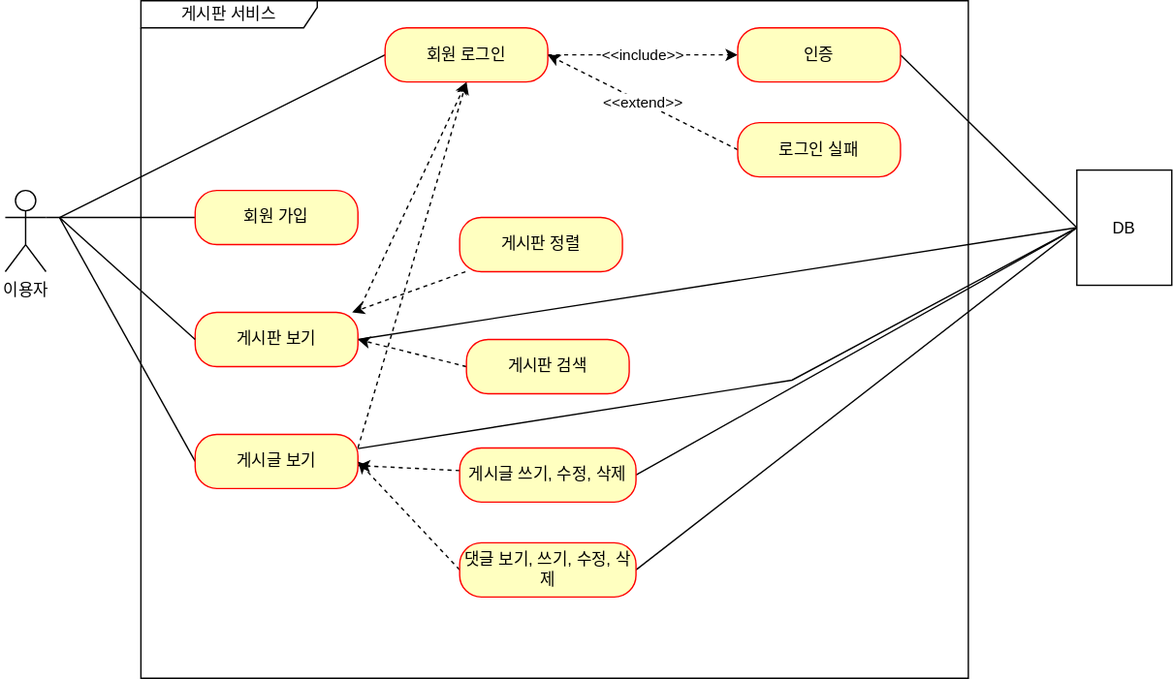
Above: document/use-case.svg in IronKim/fs-project-board (draw.io), before the change. Source tidied: cells renumbered, new cells last; positions are measured from the earlier drawing's top-left corner, leaving out a move shared by most shapes. The source it was exported from:
```xml
<mxGraphModel>
  <root>
    <mxCell id="0" />
    <mxCell id="1" parent="0" />
    <mxCell id="2" value="이용자" style="shape=umlActor;verticalLabelPosition=bottom;verticalAlign=top;html=1;" parent="1" vertex="1">
      <mxGeometry y="140" width="30" height="60" as="geometry" />
    </mxCell>
    <mxCell id="3" value="게시판 서비스" style="shape=umlFrame;whiteSpace=wrap;html=1;width=130;height=20;" parent="1" vertex="1">
      <mxGeometry x="100" width="610" height="500" as="geometry" />
    </mxCell>
    <mxCell id="4" style="rounded=0;jettySize=auto;html=1;exitX=0;exitY=0.5;exitDx=0;exitDy=0;entryX=1;entryY=0.3333333333333333;entryDx=0;entryDy=0;entryPerimeter=0;strokeColor=default;endArrow=none;endFill=0;" parent="1" edge="1" source="5" target="2">
      <mxGeometry relative="1" as="geometry" />
    </mxCell>
    <mxCell id="5" value="회원 가입" style="rounded=1;whiteSpace=wrap;html=1;arcSize=40;fontColor=#000000;fillColor=#ffffc0;strokeColor=#ff0000;" parent="1" vertex="1">
      <mxGeometry x="140" y="140" width="120" height="40" as="geometry" />
    </mxCell>
    <mxCell id="6" style="rounded=0;jettySize=auto;html=1;exitX=1;exitY=0;exitDx=0;exitDy=0;entryX=0.5;entryY=1;entryDx=0;entryDy=0;dashed=1;" parent="1" edge="1" source="8" target="15">
      <mxGeometry relative="1" as="geometry" />
    </mxCell>
    <mxCell id="7" style="rounded=0;jettySize=auto;html=1;exitX=1;exitY=0.5;exitDx=0;exitDy=0;entryX=0;entryY=0.5;entryDx=0;entryDy=0;endArrow=none;endFill=0;" parent="1" edge="1" source="8" target="31">
      <mxGeometry relative="1" as="geometry" />
    </mxCell>
    <mxCell id="8" value="게시판 보기" style="rounded=1;whiteSpace=wrap;html=1;arcSize=40;fontColor=#000000;fillColor=#ffffc0;strokeColor=#ff0000;" parent="1" vertex="1">
      <mxGeometry x="140" y="230" width="120" height="40" as="geometry" />
    </mxCell>
    <mxCell id="9" style="rounded=0;jettySize=auto;html=1;exitX=0;exitY=0.5;exitDx=0;exitDy=0;endArrow=none;endFill=0;" parent="1" edge="1" source="12">
      <mxGeometry relative="1" as="geometry">
        <mxPoint x="40" y="160" as="targetPoint" />
      </mxGeometry>
    </mxCell>
    <mxCell id="10" style="rounded=0;jettySize=auto;html=1;exitX=1;exitY=0.25;exitDx=0;exitDy=0;dashed=1;" parent="1" edge="1" source="12">
      <mxGeometry relative="1" as="geometry">
        <mxPoint x="340" y="60" as="targetPoint" />
      </mxGeometry>
    </mxCell>
    <mxCell id="11" style="rounded=0;jettySize=auto;html=1;endArrow=none;endFill=0;entryX=0;entryY=0.5;entryDx=0;entryDy=0;" parent="1" edge="1" source="12" target="31">
      <mxGeometry relative="1" as="geometry">
        <Array as="points">
          <mxPoint x="580" y="280" />
        </Array>
      </mxGeometry>
    </mxCell>
    <mxCell id="12" value="게시글 보기" style="rounded=1;whiteSpace=wrap;html=1;arcSize=40;fontColor=#000000;fillColor=#ffffc0;strokeColor=#ff0000;" parent="1" vertex="1">
      <mxGeometry x="140" y="320" width="120" height="40" as="geometry" />
    </mxCell>
    <mxCell id="13" style="rounded=0;jettySize=auto;html=1;exitX=0;exitY=0.5;exitDx=0;exitDy=0;endArrow=none;endFill=0;" parent="1" edge="1" source="15">
      <mxGeometry relative="1" as="geometry">
        <mxPoint x="40" y="160" as="targetPoint" />
      </mxGeometry>
    </mxCell>
    <mxCell id="14" value="&amp;lt;&amp;lt;include&amp;gt;&amp;gt;" style="rounded=0;jettySize=auto;html=1;endArrow=classic;endFill=1;dashed=1;" parent="1" edge="1" source="15" target="17">
      <mxGeometry relative="1" as="geometry" />
    </mxCell>
    <mxCell id="15" value="회원 로그인" style="rounded=1;whiteSpace=wrap;html=1;arcSize=40;fontColor=#000000;fillColor=#ffffc0;strokeColor=#ff0000;" parent="1" vertex="1">
      <mxGeometry x="280" y="20" width="120" height="40" as="geometry" />
    </mxCell>
    <mxCell id="16" style="rounded=0;jettySize=auto;html=1;exitX=1;exitY=0.5;exitDx=0;exitDy=0;entryX=0;entryY=0.5;entryDx=0;entryDy=0;endArrow=none;endFill=0;" parent="1" edge="1" source="17" target="31">
      <mxGeometry relative="1" as="geometry" />
    </mxCell>
    <mxCell id="17" value="인증" style="rounded=1;whiteSpace=wrap;html=1;arcSize=40;fontColor=#000000;fillColor=#ffffc0;strokeColor=#ff0000;" parent="1" vertex="1">
      <mxGeometry x="540" y="20" width="120" height="40" as="geometry" />
    </mxCell>
    <mxCell id="18" value="&amp;lt;&amp;lt;extend&amp;gt;&amp;gt;" style="rounded=0;jettySize=auto;html=1;exitX=0;exitY=0.5;exitDx=0;exitDy=0;endArrow=classic;endFill=1;dashed=1;" parent="1" edge="1" source="19">
      <mxGeometry relative="1" as="geometry">
        <mxPoint x="400" y="40" as="targetPoint" />
      </mxGeometry>
    </mxCell>
    <mxCell id="19" value="로그인 실패" style="rounded=1;whiteSpace=wrap;html=1;arcSize=40;fontColor=#000000;fillColor=#ffffc0;strokeColor=#ff0000;" parent="1" vertex="1">
      <mxGeometry x="540" y="90" width="120" height="40" as="geometry" />
    </mxCell>
    <mxCell id="20" style="rounded=0;jettySize=auto;html=1;dashed=1;" parent="1" edge="1" source="21" target="8">
      <mxGeometry relative="1" as="geometry" />
    </mxCell>
    <mxCell id="21" value="게시판 정렬" style="rounded=1;whiteSpace=wrap;html=1;arcSize=40;fontColor=#000000;fillColor=#ffffc0;strokeColor=#ff0000;" parent="1" vertex="1">
      <mxGeometry x="335" y="160" width="120" height="40" as="geometry" />
    </mxCell>
    <mxCell id="22" style="rounded=0;jettySize=auto;html=1;exitX=0;exitY=0.5;exitDx=0;exitDy=0;dashed=1;" parent="1" edge="1" source="23">
      <mxGeometry relative="1" as="geometry">
        <mxPoint x="260" y="250" as="targetPoint" />
      </mxGeometry>
    </mxCell>
    <mxCell id="23" value="게시판 검색" style="rounded=1;whiteSpace=wrap;html=1;arcSize=40;fontColor=#000000;fillColor=#ffffc0;strokeColor=#ff0000;" parent="1" vertex="1">
      <mxGeometry x="340" y="250" width="120" height="40" as="geometry" />
    </mxCell>
    <mxCell id="24" style="rounded=0;jettySize=auto;html=1;dashed=1;" parent="1" edge="1" source="26" target="12">
      <mxGeometry relative="1" as="geometry" />
    </mxCell>
    <mxCell id="25" style="rounded=0;jettySize=auto;html=1;exitX=1;exitY=0.5;exitDx=0;exitDy=0;entryX=0;entryY=0.5;entryDx=0;entryDy=0;endArrow=none;endFill=0;" parent="1" edge="1" source="26" target="31">
      <mxGeometry relative="1" as="geometry" />
    </mxCell>
    <mxCell id="26" value="게시글 쓰기, 수정, 삭제" style="rounded=1;whiteSpace=wrap;html=1;arcSize=40;fontColor=#000000;fillColor=#ffffc0;strokeColor=#ff0000;" parent="1" vertex="1">
      <mxGeometry x="335" y="330" width="130" height="40" as="geometry" />
    </mxCell>
    <mxCell id="27" style="rounded=0;jettySize=auto;html=1;exitX=0;exitY=0.5;exitDx=0;exitDy=0;dashed=1;" parent="1" edge="1" source="29">
      <mxGeometry relative="1" as="geometry">
        <mxPoint x="260" y="340" as="targetPoint" />
      </mxGeometry>
    </mxCell>
    <mxCell id="28" style="rounded=0;jettySize=auto;html=1;exitX=1;exitY=0.5;exitDx=0;exitDy=0;endArrow=none;endFill=0;entryX=0;entryY=0.5;entryDx=0;entryDy=0;" parent="1" edge="1" source="29" target="31">
      <mxGeometry relative="1" as="geometry" />
    </mxCell>
    <mxCell id="29" value="댓글 보기, 쓰기, 수정, 삭제" style="rounded=1;whiteSpace=wrap;html=1;arcSize=40;fontColor=#000000;fillColor=#ffffc0;strokeColor=#ff0000;" parent="1" vertex="1">
      <mxGeometry x="335" y="400" width="130" height="40" as="geometry" />
    </mxCell>
    <mxCell id="30" style="rounded=0;jettySize=auto;html=1;exitX=0;exitY=0.5;exitDx=0;exitDy=0;endArrow=none;endFill=0;" parent="1" edge="1" source="8">
      <mxGeometry relative="1" as="geometry">
        <mxPoint x="40" y="160" as="targetPoint" />
      </mxGeometry>
    </mxCell>
    <mxCell id="31" value="DB" style="html=1;whiteSpace=wrap;" parent="1" vertex="1">
      <mxGeometry x="790" y="125" width="70" height="85" as="geometry" />
    </mxCell>
  </root>
</mxGraphModel>
```
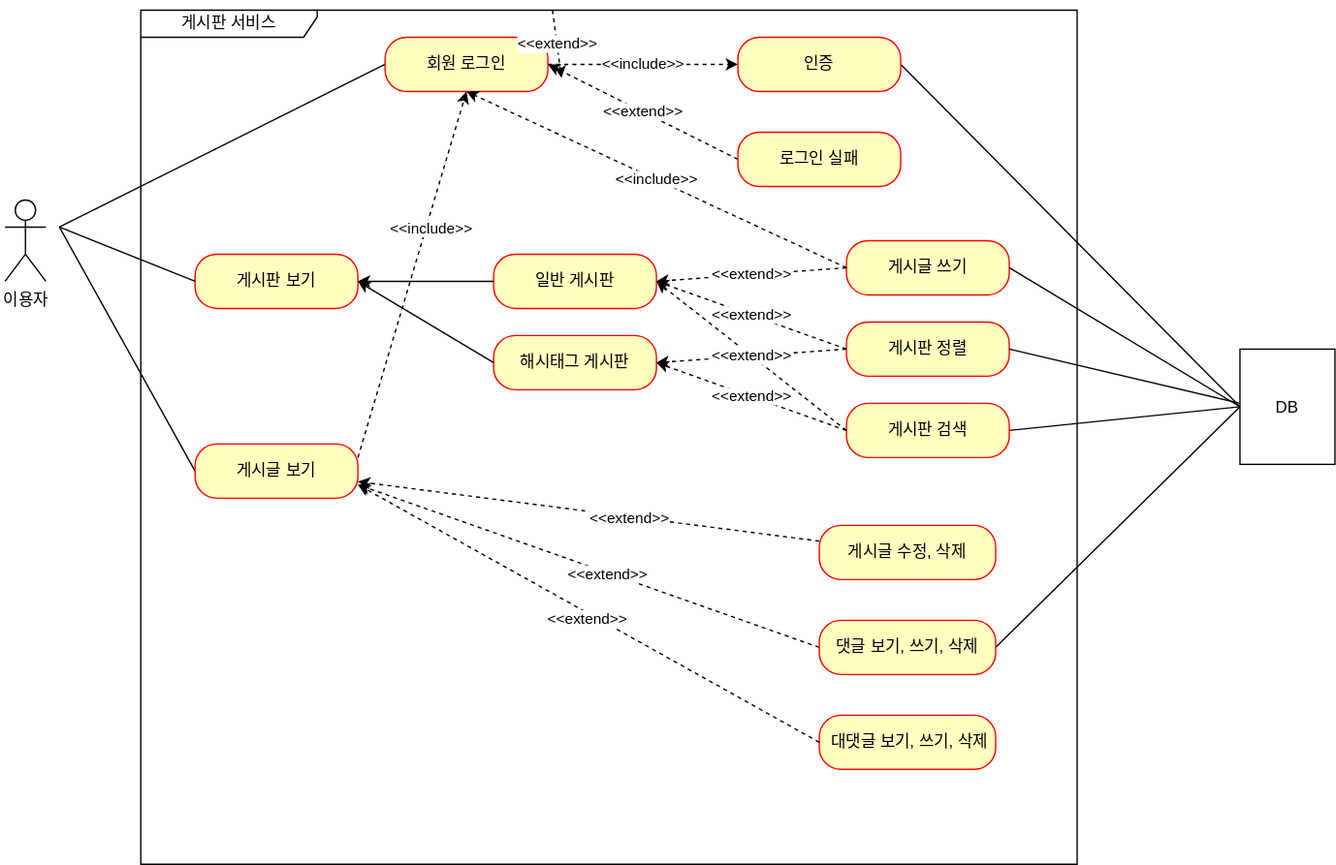
The same diagram one commit later.

Commit message:
#49- use-case.svg: 현재 서비스 상황에 맞춰 업데이트

What changed in the source:
```diff
@@ -6,22 +6,10 @@
       <mxGeometry y="140" width="30" height="60" as="geometry" />
     </mxCell>
     <mxCell id="3" value="게시판 서비스" style="shape=umlFrame;whiteSpace=wrap;html=1;width=130;height=20;" parent="1" vertex="1">
-      <mxGeometry x="100" width="610" height="500" as="geometry" />
+      <mxGeometry x="100" width="690" height="630" as="geometry" />
     </mxCell>
-    <mxCell id="4" style="rounded=0;jettySize=auto;html=1;exitX=0;exitY=0.5;exitDx=0;exitDy=0;entryX=1;entryY=0.3333333333333333;entryDx=0;entryDy=0;entryPerimeter=0;strokeColor=default;endArrow=none;endFill=0;" parent="1" edge="1" source="5" target="2">
-      <mxGeometry relative="1" as="geometry" />
-    </mxCell>
-    <mxCell id="5" value="회원 가입" style="rounded=1;whiteSpace=wrap;html=1;arcSize=40;fontColor=#000000;fillColor=#ffffc0;strokeColor=#ff0000;" parent="1" vertex="1">
-      <mxGeometry x="140" y="140" width="120" height="40" as="geometry" />
-    </mxCell>
-    <mxCell id="6" style="rounded=0;jettySize=auto;html=1;exitX=1;exitY=0;exitDx=0;exitDy=0;entryX=0.5;entryY=1;entryDx=0;entryDy=0;dashed=1;" parent="1" edge="1" source="8" target="15">
-      <mxGeometry relative="1" as="geometry" />
-    </mxCell>
-    <mxCell id="7" style="rounded=0;jettySize=auto;html=1;exitX=1;exitY=0.5;exitDx=0;exitDy=0;entryX=0;entryY=0.5;entryDx=0;entryDy=0;endArrow=none;endFill=0;" parent="1" edge="1" source="8" target="31">
-      <mxGeometry relative="1" as="geometry" />
-    </mxCell>
     <mxCell id="8" value="게시판 보기" style="rounded=1;whiteSpace=wrap;html=1;arcSize=40;fontColor=#000000;fillColor=#ffffc0;strokeColor=#ff0000;" parent="1" vertex="1">
-      <mxGeometry x="140" y="230" width="120" height="40" as="geometry" />
+      <mxGeometry x="140" y="180" width="120" height="40" as="geometry" />
     </mxCell>
     <mxCell id="9" style="rounded=0;jettySize=auto;html=1;exitX=0;exitY=0.5;exitDx=0;exitDy=0;endArrow=none;endFill=0;" parent="1" edge="1" source="12">
       <mxGeometry relative="1" as="geometry">
@@ -33,13 +21,9 @@
         <mxPoint x="340" y="60" as="targetPoint" />
       </mxGeometry>
     </mxCell>
-    <mxCell id="11" style="rounded=0;jettySize=auto;html=1;endArrow=none;endFill=0;entryX=0;entryY=0.5;entryDx=0;entryDy=0;" parent="1" edge="1" source="12" target="31">
-      <mxGeometry relative="1" as="geometry">
-        <Array as="points">
-          <mxPoint x="580" y="280" />
-        </Array>
-      </mxGeometry>
-    </mxCell>
+    <mxCell id="32" value="&amp;lt;&amp;lt;include&amp;gt;&amp;gt;" style="edgeLabel;html=1;align=center;verticalAlign=middle;" parent="10" vertex="1">
+      <mxGeometry x="0.26" y="-3" relative="1" as="geometry" />
+    </mxCell>
     <mxCell id="12" value="게시글 보기" style="rounded=1;whiteSpace=wrap;html=1;arcSize=40;fontColor=#000000;fillColor=#ffffc0;strokeColor=#ff0000;" parent="1" vertex="1">
       <mxGeometry x="140" y="320" width="120" height="40" as="geometry" />
     </mxCell>
@@ -68,39 +52,34 @@
     <mxCell id="19" value="로그인 실패" style="rounded=1;whiteSpace=wrap;html=1;arcSize=40;fontColor=#000000;fillColor=#ffffc0;strokeColor=#ff0000;" parent="1" vertex="1">
       <mxGeometry x="540" y="90" width="120" height="40" as="geometry" />
     </mxCell>
-    <mxCell id="20" style="rounded=0;jettySize=auto;html=1;dashed=1;" parent="1" edge="1" source="21" target="8">
-      <mxGeometry relative="1" as="geometry" />
-    </mxCell>
     <mxCell id="21" value="게시판 정렬" style="rounded=1;whiteSpace=wrap;html=1;arcSize=40;fontColor=#000000;fillColor=#ffffc0;strokeColor=#ff0000;" parent="1" vertex="1">
-      <mxGeometry x="335" y="160" width="120" height="40" as="geometry" />
+      <mxGeometry x="620" y="230" width="120" height="40" as="geometry" />
     </mxCell>
-    <mxCell id="22" style="rounded=0;jettySize=auto;html=1;exitX=0;exitY=0.5;exitDx=0;exitDy=0;dashed=1;" parent="1" edge="1" source="23">
-      <mxGeometry relative="1" as="geometry">
-        <mxPoint x="260" y="250" as="targetPoint" />
-      </mxGeometry>
-    </mxCell>
-    <mxCell id="23" value="게시판 검색" style="rounded=1;whiteSpace=wrap;html=1;arcSize=40;fontColor=#000000;fillColor=#ffffc0;strokeColor=#ff0000;" parent="1" vertex="1">
-      <mxGeometry x="340" y="250" width="120" height="40" as="geometry" />
-    </mxCell>
     <mxCell id="24" style="rounded=0;jettySize=auto;html=1;dashed=1;" parent="1" edge="1" source="26" target="12">
       <mxGeometry relative="1" as="geometry" />
     </mxCell>
+    <mxCell id="33" value="&amp;lt;&amp;lt;extend&amp;gt;&amp;gt;" style="edgeLabel;html=1;align=center;verticalAlign=middle;" parent="24" vertex="1">
+      <mxGeometry x="-0.17" y="1" relative="1" as="geometry" />
+    </mxCell>
-    <mxCell id="25" style="rounded=0;jettySize=auto;html=1;exitX=1;exitY=0.5;exitDx=0;exitDy=0;entryX=0;entryY=0.5;entryDx=0;entryDy=0;endArrow=none;endFill=0;" parent="1" edge="1" source="26" target="31">
+    <mxCell id="25" style="rounded=0;jettySize=auto;html=1;exitX=1;exitY=0.5;exitDx=0;exitDy=0;entryX=0;entryY=0.5;entryDx=0;entryDy=0;endArrow=none;endFill=0;" parent="1" edge="1" source="23" target="31">
       <mxGeometry relative="1" as="geometry" />
     </mxCell>
-    <mxCell id="26" value="게시글 쓰기, 수정, 삭제" style="rounded=1;whiteSpace=wrap;html=1;arcSize=40;fontColor=#000000;fillColor=#ffffc0;strokeColor=#ff0000;" parent="1" vertex="1">
-      <mxGeometry x="335" y="330" width="130" height="40" as="geometry" />
+    <mxCell id="26" value="게시글 수정, 삭제" style="rounded=1;whiteSpace=wrap;html=1;arcSize=40;fontColor=#000000;fillColor=#ffffc0;strokeColor=#ff0000;" parent="1" vertex="1">
+      <mxGeometry x="600" y="380" width="130" height="40" as="geometry" />
     </mxCell>
     <mxCell id="27" style="rounded=0;jettySize=auto;html=1;exitX=0;exitY=0.5;exitDx=0;exitDy=0;dashed=1;" parent="1" edge="1" source="29">
       <mxGeometry relative="1" as="geometry">
-        <mxPoint x="260" y="340" as="targetPoint" />
+        <mxPoint x="260" y="350" as="targetPoint" />
       </mxGeometry>
     </mxCell>
+    <mxCell id="34" value="&amp;lt;&amp;lt;extend&amp;gt;&amp;gt;" style="edgeLabel;html=1;align=center;verticalAlign=middle;" parent="27" vertex="1">
+      <mxGeometry x="-0.08" y="1" relative="1" as="geometry" />
+    </mxCell>
     <mxCell id="28" style="rounded=0;jettySize=auto;html=1;exitX=1;exitY=0.5;exitDx=0;exitDy=0;endArrow=none;endFill=0;entryX=0;entryY=0.5;entryDx=0;entryDy=0;" parent="1" edge="1" source="29" target="31">
       <mxGeometry relative="1" as="geometry" />
     </mxCell>
-    <mxCell id="29" value="댓글 보기, 쓰기, 수정, 삭제" style="rounded=1;whiteSpace=wrap;html=1;arcSize=40;fontColor=#000000;fillColor=#ffffc0;strokeColor=#ff0000;" parent="1" vertex="1">
-      <mxGeometry x="335" y="400" width="130" height="40" as="geometry" />
+    <mxCell id="29" value="댓글 보기, 쓰기, 삭제" style="rounded=1;whiteSpace=wrap;html=1;arcSize=40;fontColor=#000000;fillColor=#ffffc0;strokeColor=#ff0000;" parent="1" vertex="1">
+      <mxGeometry x="600" y="450" width="130" height="40" as="geometry" />
     </mxCell>
     <mxCell id="30" style="rounded=0;jettySize=auto;html=1;exitX=0;exitY=0.5;exitDx=0;exitDy=0;endArrow=none;endFill=0;" parent="1" edge="1" source="8">
       <mxGeometry relative="1" as="geometry">
@@ -108,7 +87,65 @@
       </mxGeometry>
     </mxCell>
     <mxCell id="31" value="DB" style="html=1;whiteSpace=wrap;" parent="1" vertex="1">
-      <mxGeometry x="790" y="125" width="70" height="85" as="geometry" />
+      <mxGeometry x="910" y="250" width="70" height="85" as="geometry" />
     </mxCell>
+    <mxCell id="35" value="게시글 쓰기" style="rounded=1;whiteSpace=wrap;html=1;arcSize=40;fontColor=#000000;fillColor=#ffffc0;strokeColor=#ff0000;" parent="1" vertex="1">
+      <mxGeometry x="620" y="170" width="120" height="40" as="geometry" />
+    </mxCell>
+    <mxCell id="36" style="rounded=0;jettySize=auto;html=1;exitX=1;exitY=0.5;exitDx=0;exitDy=0;entryX=0;entryY=0.5;entryDx=0;entryDy=0;endArrow=none;endFill=0;" parent="1" edge="1" source="35" target="31">
+      <mxGeometry relative="1" as="geometry" />
+    </mxCell>
+    <mxCell id="37" style="rounded=0;jettySize=auto;html=1;exitX=1;exitY=0.5;exitDx=0;exitDy=0;endArrow=none;endFill=0;" parent="1" edge="1" source="21">
+      <mxGeometry relative="1" as="geometry">
+        <mxPoint x="910" y="290" as="targetPoint" />
+      </mxGeometry>
+    </mxCell>
+    <mxCell id="23" value="게시판 검색" style="rounded=1;whiteSpace=wrap;html=1;arcSize=40;fontColor=#000000;fillColor=#ffffc0;strokeColor=#ff0000;" parent="1" vertex="1">
+      <mxGeometry x="620" y="290" width="120" height="40" as="geometry" />
+    </mxCell>
+    <mxCell id="38" value="일반 게시판" style="rounded=1;whiteSpace=wrap;html=1;arcSize=40;fontColor=#000000;fillColor=#ffffc0;strokeColor=#ff0000;" parent="1" vertex="1">
+      <mxGeometry x="360" y="180" width="120" height="40" as="geometry" />
+    </mxCell>
+    <mxCell id="39" value="해시태그 게시판" style="rounded=1;whiteSpace=wrap;html=1;arcSize=40;fontColor=#000000;fillColor=#ffffc0;strokeColor=#ff0000;" parent="1" vertex="1">
+      <mxGeometry x="360" y="240" width="120" height="40" as="geometry" />
+    </mxCell>
+    <mxCell id="40" style="rounded=0;jettySize=auto;html=1;exitX=1;exitY=0.5;exitDx=0;exitDy=0;entryX=0;entryY=0.5;entryDx=0;entryDy=0;endArrow=none;endFill=0;startArrow=classic;startFill=1;" parent="1" edge="1" source="8" target="38">
+      <mxGeometry relative="1" as="geometry" />
+    </mxCell>
+    <mxCell id="41" style="rounded=0;jettySize=auto;html=1;exitX=1;exitY=0.5;exitDx=0;exitDy=0;entryX=0;entryY=0.5;entryDx=0;entryDy=0;endArrow=none;endFill=0;startArrow=classic;startFill=1;" parent="1" edge="1" source="8" target="39">
+      <mxGeometry relative="1" as="geometry" />
+    </mxCell>
+    <mxCell id="42" value="&amp;nbsp;대댓글 보기, 쓰기, 삭제" style="rounded=1;whiteSpace=wrap;html=1;arcSize=40;fontColor=#000000;fillColor=#ffffc0;strokeColor=#ff0000;" parent="1" vertex="1">
+      <mxGeometry x="600" y="520" width="130" height="40" as="geometry" />
+    </mxCell>
+    <mxCell id="43" style="rounded=0;jettySize=auto;html=1;exitX=0;exitY=0.5;exitDx=0;exitDy=0;dashed=1;entryX=1;entryY=0.75;entryDx=0;entryDy=0;" parent="1" edge="1" source="42" target="12">
+      <mxGeometry relative="1" as="geometry" />
+    </mxCell>
+    <mxCell id="44" value="&amp;lt;&amp;lt;extend&amp;gt;&amp;gt;" style="edgeLabel;html=1;align=center;verticalAlign=middle;" parent="43" vertex="1">
+      <mxGeometry x="-0.01" y="4" relative="1" as="geometry" />
+    </mxCell>
+    <mxCell id="45" value="&amp;lt;&amp;lt;extend&amp;gt;&amp;gt;" style="rounded=0;jettySize=auto;html=1;endArrow=classic;endFill=1;dashed=1;" parent="1" edge="1" source="3">
+      <mxGeometry relative="1" as="geometry">
+        <mxPoint x="410" y="50" as="targetPoint" />
+      </mxGeometry>
+    </mxCell>
+    <mxCell id="46" value="&amp;lt;&amp;lt;include&amp;gt;&amp;gt;" style="rounded=0;jettySize=auto;html=1;exitX=0;exitY=0.5;exitDx=0;exitDy=0;endArrow=classic;endFill=1;dashed=1;entryX=0.5;entryY=1;entryDx=0;entryDy=0;" parent="1" edge="1" source="35" target="15">
+      <mxGeometry relative="1" as="geometry" />
+    </mxCell>
+    <mxCell id="47" value="&amp;lt;&amp;lt;extend&amp;gt;&amp;gt;" style="rounded=0;jettySize=auto;html=1;exitX=0;exitY=0.5;exitDx=0;exitDy=0;endArrow=classic;endFill=1;dashed=1;entryX=1;entryY=0.5;entryDx=0;entryDy=0;" parent="1" edge="1" source="35" target="38">
+      <mxGeometry relative="1" as="geometry" />
+    </mxCell>
+    <mxCell id="48" value="&amp;lt;&amp;lt;extend&amp;gt;&amp;gt;" style="rounded=0;jettySize=auto;html=1;exitX=0;exitY=0.5;exitDx=0;exitDy=0;endArrow=classic;endFill=1;dashed=1;entryX=1;entryY=0.5;entryDx=0;entryDy=0;" parent="1" edge="1" source="21" target="38">
+      <mxGeometry relative="1" as="geometry" />
+    </mxCell>
+    <mxCell id="49" value="&amp;lt;&amp;lt;extend&amp;gt;&amp;gt;" style="rounded=0;jettySize=auto;html=1;exitX=0;exitY=0.5;exitDx=0;exitDy=0;endArrow=classic;endFill=1;dashed=1;entryX=1;entryY=0.5;entryDx=0;entryDy=0;" parent="1" edge="1" source="23" target="38">
+      <mxGeometry relative="1" as="geometry" />
+    </mxCell>
+    <mxCell id="50" value="&amp;lt;&amp;lt;extend&amp;gt;&amp;gt;" style="rounded=0;jettySize=auto;html=1;exitX=0;exitY=0.5;exitDx=0;exitDy=0;endArrow=classic;endFill=1;dashed=1;entryX=1;entryY=0.5;entryDx=0;entryDy=0;" parent="1" edge="1" source="21" target="39">
+      <mxGeometry relative="1" as="geometry" />
+    </mxCell>
+    <mxCell id="51" value="&amp;lt;&amp;lt;extend&amp;gt;&amp;gt;" style="rounded=0;jettySize=auto;html=1;exitX=0;exitY=0.5;exitDx=0;exitDy=0;endArrow=classic;endFill=1;dashed=1;entryX=1;entryY=0.5;entryDx=0;entryDy=0;" parent="1" edge="1" source="23" target="39">
+      <mxGeometry relative="1" as="geometry" />
+    </mxCell>
   </root>
 </mxGraphModel>
```
